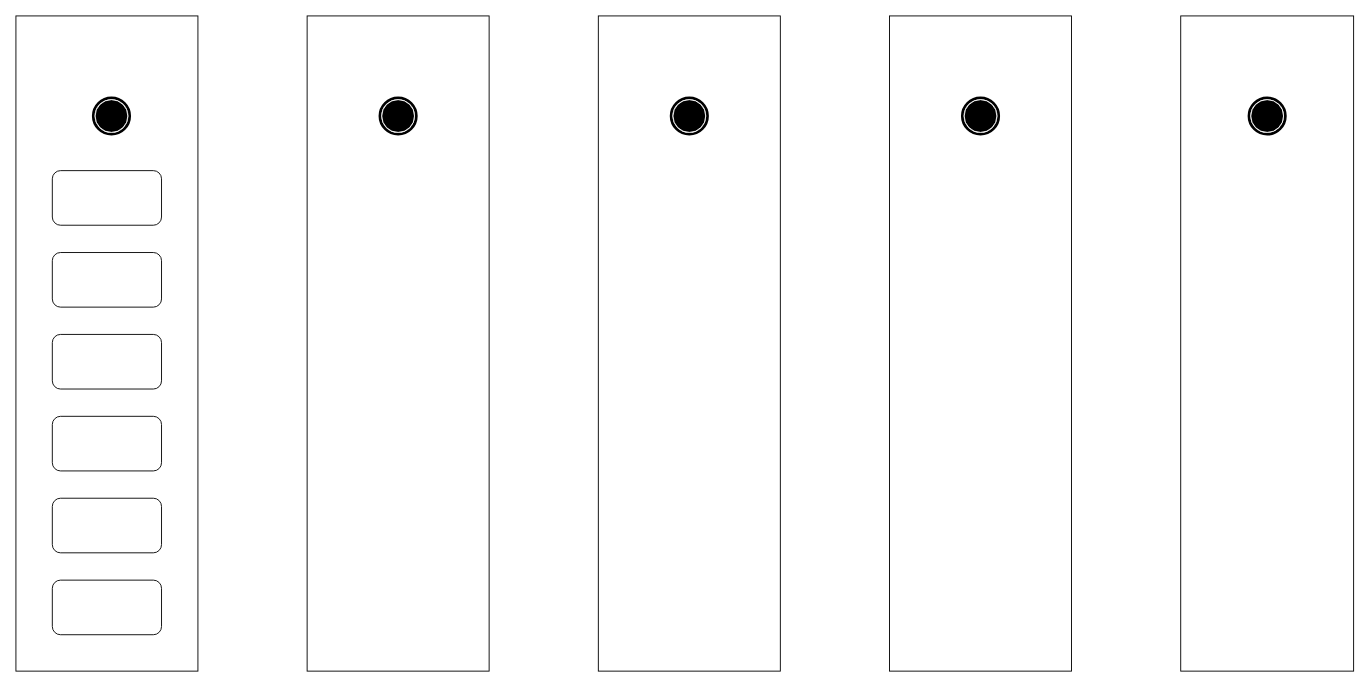
This is Untitled Diagram.drawio from loosker95/Diagramme-d-activiter, a draw.io file, before an edit. Source tidied: cells renumbered, new cells numbered last; positions are measured from the earlier drawing's top-left corner, leaving out a move shared by most shapes. Both pictures are drawn from the tidied source at 91%, with x=0, y=0 at pixel (15, 15).
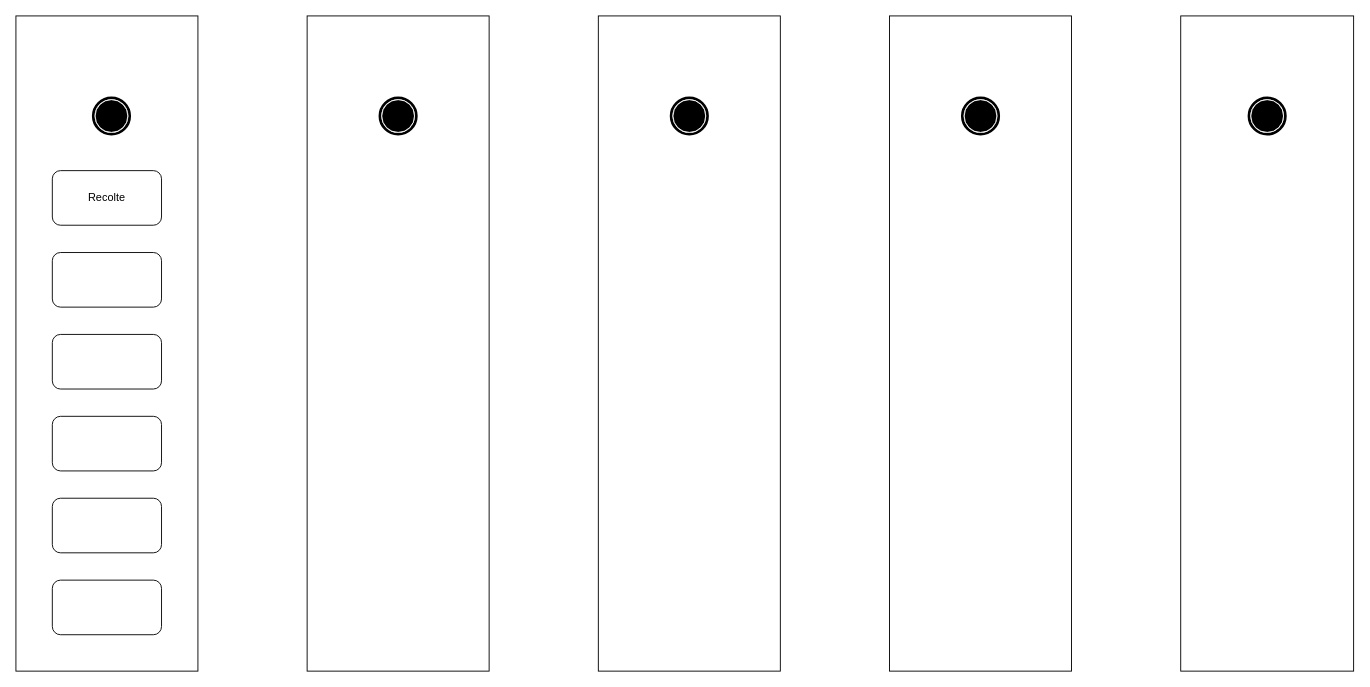
After the change.

What changed in the source:
```diff
@@
 <mxGraphModel>
   <root>
     <mxCell id="0" />
     <mxCell id="1" parent="0" />
     <mxCell id="2" style="rounded=0;whiteSpace=wrap;html=1;" parent="1" vertex="1">
       <mxGeometry width="200" height="720" as="geometry" />
     </mxCell>
     <mxCell id="3" style="rounded=0;whiteSpace=wrap;html=1;" parent="1" vertex="1">
       <mxGeometry x="320" width="200" height="720" as="geometry" />
     </mxCell>
     <mxCell id="4" style="rounded=0;whiteSpace=wrap;html=1;" parent="1" vertex="1">
       <mxGeometry x="640" width="200" height="720" as="geometry" />
     </mxCell>
     <mxCell id="5" style="rounded=0;whiteSpace=wrap;html=1;" parent="1" vertex="1">
       <mxGeometry x="960" width="200" height="720" as="geometry" />
     </mxCell>
     <mxCell id="6" style="shape=mxgraph.bpmn.shape;html=1;verticalLabelPosition=bottom;labelBackgroundColor=#ffffff;verticalAlign=top;align=center;perimeter=ellipsePerimeter;outline=end;symbol=terminate;" parent="1" vertex="1">
       <mxGeometry x="85" y="90" width="40" height="40" as="geometry" />
     </mxCell>
     <mxCell id="7" style="rounded=1;whiteSpace=wrap;html=1;" parent="1" vertex="1">
       <mxGeometry x="40" y="170" width="120" height="60" as="geometry" />
     </mxCell>
     <mxCell id="8" style="rounded=1;whiteSpace=wrap;html=1;" parent="1" vertex="1">
       <mxGeometry x="40" y="260" width="120" height="60" as="geometry" />
     </mxCell>
     <mxCell id="9" style="rounded=1;whiteSpace=wrap;html=1;" parent="1" vertex="1">
       <mxGeometry x="40" y="350" width="120" height="60" as="geometry" />
     </mxCell>
     <mxCell id="10" style="rounded=1;whiteSpace=wrap;html=1;" parent="1" vertex="1">
       <mxGeometry x="40" y="440" width="120" height="60" as="geometry" />
     </mxCell>
     <mxCell id="11" style="rounded=1;whiteSpace=wrap;html=1;" parent="1" vertex="1">
       <mxGeometry x="40" y="530" width="120" height="60" as="geometry" />
     </mxCell>
     <mxCell id="12" style="rounded=1;whiteSpace=wrap;html=1;" parent="1" vertex="1">
       <mxGeometry x="40" y="620" width="120" height="60" as="geometry" />
     </mxCell>
     <mxCell id="13" style="shape=mxgraph.bpmn.shape;html=1;verticalLabelPosition=bottom;labelBackgroundColor=#ffffff;verticalAlign=top;align=center;perimeter=ellipsePerimeter;outline=end;symbol=terminate;" parent="1" vertex="1">
       <mxGeometry x="400" y="90" width="40" height="40" as="geometry" />
     </mxCell>
     <mxCell id="14" style="shape=mxgraph.bpmn.shape;html=1;verticalLabelPosition=bottom;labelBackgroundColor=#ffffff;verticalAlign=top;align=center;perimeter=ellipsePerimeter;outline=end;symbol=terminate;" parent="1" vertex="1">
       <mxGeometry x="720" y="90" width="40" height="40" as="geometry" />
     </mxCell>
     <mxCell id="15" style="shape=mxgraph.bpmn.shape;html=1;verticalLabelPosition=bottom;labelBackgroundColor=#ffffff;verticalAlign=top;align=center;perimeter=ellipsePerimeter;outline=end;symbol=terminate;" parent="1" vertex="1">
       <mxGeometry x="1040" y="90" width="40" height="40" as="geometry" />
     </mxCell>
     <mxCell id="16" style="rounded=0;whiteSpace=wrap;html=1;" parent="1" vertex="1">
       <mxGeometry x="1280" width="190" height="720" as="geometry" />
     </mxCell>
     <mxCell id="17" style="shape=mxgraph.bpmn.shape;html=1;verticalLabelPosition=bottom;labelBackgroundColor=#ffffff;verticalAlign=top;align=center;perimeter=ellipsePerimeter;outline=end;symbol=terminate;" parent="1" vertex="1">
       <mxGeometry x="1355" y="90" width="40" height="40" as="geometry" />
     </mxCell>
+    <mxCell id="18" value="Recolte" style="text;html=1;strokeColor=none;fillColor=none;align=center;verticalAlign=middle;whiteSpace=wrap;rounded=0;" parent="1" vertex="1">
+      <mxGeometry x="80" y="190" width="40" height="20" as="geometry" />
+    </mxCell>
   </root>
 </mxGraphModel>
```
